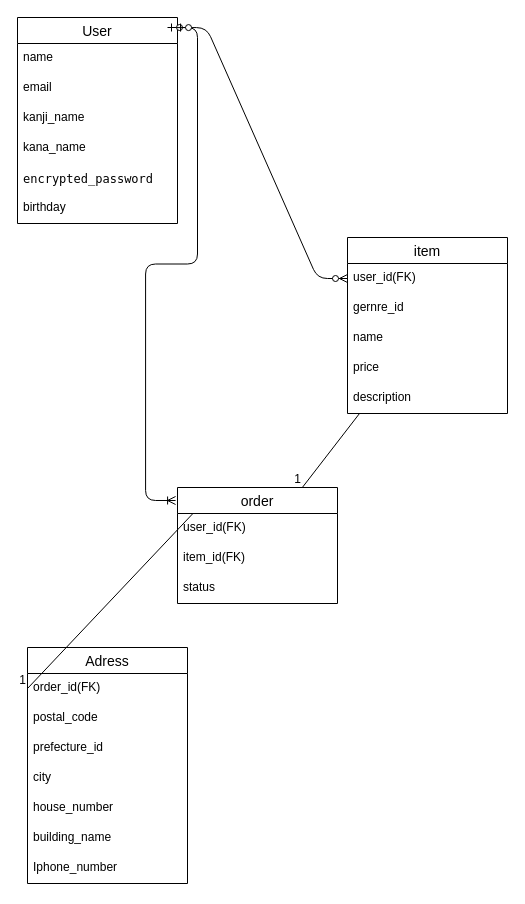
This is furima.dio from hirowood/furima-41960, a draw.io file, before an edit. Source tidied: cells renumbered, new cells numbered last; positions are measured from the earlier drawing's top-left corner, leaving out a move shared by most shapes. Both pictures are drawn from the tidied source at 100%, with x=0, y=0 at pixel (17, 17).
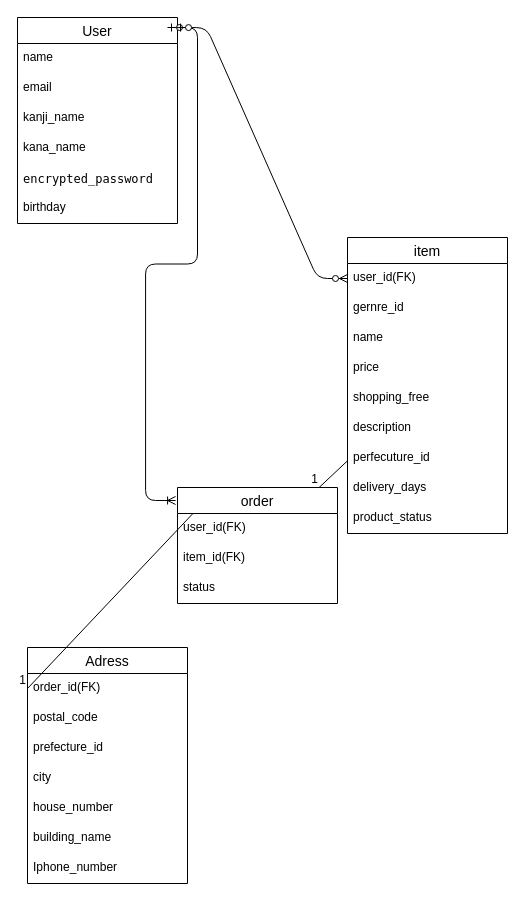
The same diagram, later.

The edit, as a diff of the source:
```diff
@@
     <mxCell id="20" value="item" style="swimlane;fontStyle=0;horizontal=1;startSize=26;align=center;fontSize=14;" parent="1" vertex="1">
-      <mxGeometry x="330" y="220" width="160" height="176" as="geometry" />
+      <mxGeometry x="330" y="220" width="160" height="296" as="geometry" />
     </mxCell>
@@
+    <mxCell id="33" value="shopping_free" style="text;strokeColor=none;fillColor=none;spacingLeft=4;spacingRight=4;overflow=hidden;fontSize=12;whiteSpace=wrap;html=1;" parent="20" vertex="1">
+      <mxGeometry y="146" width="160" height="30" as="geometry" />
+    </mxCell>
     <mxCell id="25" value="description&lt;div&gt;&lt;br&gt;&lt;/div&gt;" style="text;strokeColor=none;fillColor=none;spacingLeft=4;spacingRight=4;overflow=hidden;fontSize=12;whiteSpace=wrap;html=1;" parent="20" vertex="1">
-      <mxGeometry y="146" width="160" height="30" as="geometry" />
+      <mxGeometry y="176" width="160" height="30" as="geometry" />
     </mxCell>
+    <mxCell id="34" value="perfecuture_id" style="text;strokeColor=none;fillColor=none;spacingLeft=4;spacingRight=4;overflow=hidden;fontSize=12;whiteSpace=wrap;html=1;" parent="20" vertex="1">
+      <mxGeometry y="206" width="160" height="30" as="geometry" />
+    </mxCell>
+    <mxCell id="35" value="delivery_days" style="text;strokeColor=none;fillColor=none;spacingLeft=4;spacingRight=4;overflow=hidden;fontSize=12;whiteSpace=wrap;html=1;" parent="20" vertex="1">
+      <mxGeometry y="236" width="160" height="30" as="geometry" />
+    </mxCell>
+    <mxCell id="36" value="product_status" style="text;strokeColor=none;fillColor=none;spacingLeft=4;spacingRight=4;overflow=hidden;fontSize=12;whiteSpace=wrap;html=1;" parent="20" vertex="1">
+      <mxGeometry y="266" width="160" height="30" as="geometry" />
+    </mxCell>
```
